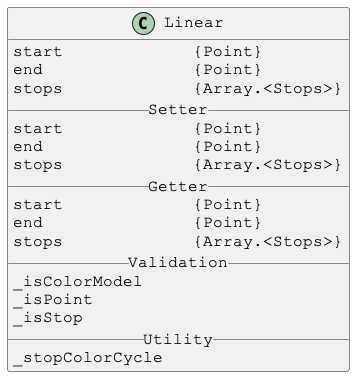
Earlier version of the PlantUML export docs/PlantUml/images/Linear.png (Justin-Byrne/canvasLab).
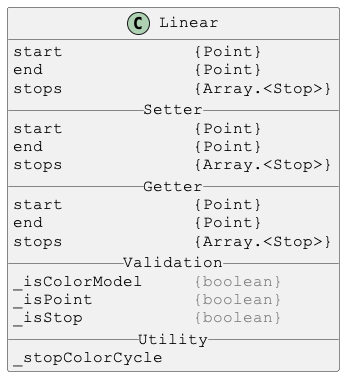
Above is the later version.

The edit, as a diff of the source:
```diff
@@ -6,19 +6,19 @@
 class Linear {
 start             {Point}
 end               {Point}
-stops             {Array.<Stops>}
+stops             {Array.<Stop>}
 __ Setter __
 start             {Point}
 end               {Point}
-stops             {Array.<Stops>}
+stops             {Array.<Stop>}
 __ Getter __
 start             {Point}
 end               {Point}
-stops             {Array.<Stops>}
+stops             {Array.<Stop>}
 __ Validation __
-_isColorModel
-_isPoint
-_isStop
+_isColorModel     <color:gray>{boolean}</color>
+_isPoint          <color:gray>{boolean}</color>
+_isStop           <color:gray>{boolean}</color>
 __ Utility __
 _stopColorCycle
 }
```
